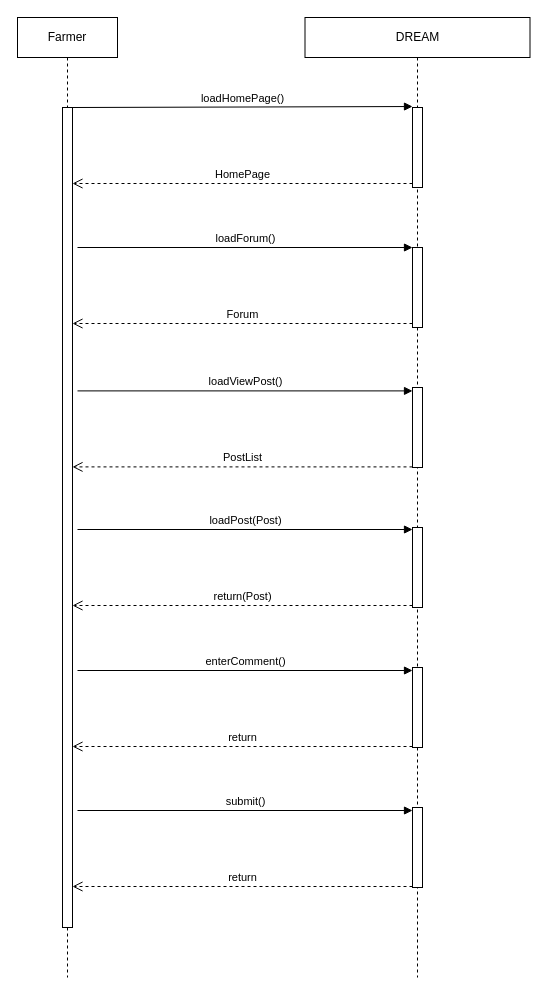
This is page "FarmerLeaveComment" (10 of 12) of RASD/diagrams/Sequence Diagram.drawio from ictar/DREAM-SE2-Project-2022, a draw.io file, before an edit. Source tidied: cells renumbered, new cells numbered last; positions are measured from the earlier drawing's top-left corner, leaving out a move shared by most shapes. Both pictures are drawn from the tidied source at 100%, with x=0, y=0 at pixel (17, 17).
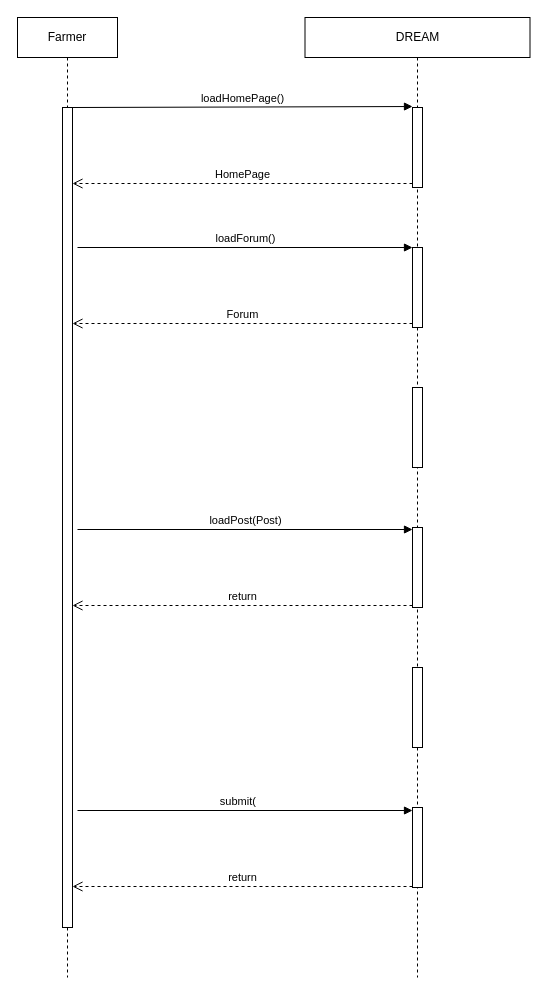
The same page after the edit.

What changed in the source:
```diff
@@
-    <mxCell id="9" value="PostList" style="html=1;verticalAlign=bottom;endArrow=open;dashed=1;endSize=8;exitX=0;exitY=0.95;rounded=0;" parent="1" edge="1">
-      <mxGeometry relative="1" as="geometry">
-        <mxPoint x="395" y="449.4" as="sourcePoint" />
-        <mxPoint x="55" y="449.4" as="targetPoint" />
-      </mxGeometry>
-    </mxCell>
-    <mxCell id="10" value="loadViewPost()" style="html=1;verticalAlign=bottom;endArrow=block;entryX=0;entryY=0;rounded=0;" parent="1" edge="1">
-      <mxGeometry relative="1" as="geometry">
-        <mxPoint x="60" y="373.4" as="sourcePoint" />
-        <mxPoint x="395" y="373.4" as="targetPoint" />
-      </mxGeometry>
-    </mxCell>
-    <mxCell id="11" value="return(Post)" style="html=1;verticalAlign=bottom;endArrow=open;dashed=1;endSize=8;exitX=0;exitY=0.95;rounded=0;" parent="1" edge="1">
+    <mxCell id="11" value="return" style="html=1;verticalAlign=bottom;endArrow=open;dashed=1;endSize=8;exitX=0;exitY=0.95;rounded=0;" parent="1" edge="1">
       <mxGeometry relative="1" as="geometry">
         <mxPoint x="395" y="588" as="sourcePoint" />
         <mxPoint x="55" y="588" as="targetPoint" />
       </mxGeometry>
     </mxCell>
@@
-    <mxCell id="13" value="return" style="html=1;verticalAlign=bottom;endArrow=open;dashed=1;endSize=8;exitX=0;exitY=0.95;rounded=0;" parent="1" edge="1">
-      <mxGeometry relative="1" as="geometry">
-        <mxPoint x="395" y="729" as="sourcePoint" />
-        <mxPoint x="55" y="729" as="targetPoint" />
-      </mxGeometry>
-    </mxCell>
-    <mxCell id="14" value="enterComment()" style="html=1;verticalAlign=bottom;endArrow=block;entryX=0;entryY=0;rounded=0;" parent="1" edge="1">
-      <mxGeometry relative="1" as="geometry">
-        <mxPoint x="60" y="653" as="sourcePoint" />
-        <mxPoint x="395" y="653" as="targetPoint" />
-      </mxGeometry>
-    </mxCell>
@@
-    <mxCell id="16" value="submit()" style="html=1;verticalAlign=bottom;endArrow=block;entryX=0;entryY=0;rounded=0;" parent="1" edge="1">
+    <mxCell id="16" value="submit(&amp;nbsp; &amp;nbsp; &amp;nbsp;" style="html=1;verticalAlign=bottom;endArrow=block;entryX=0;entryY=0;rounded=0;" parent="1" edge="1">
       <mxGeometry relative="1" as="geometry">
         <mxPoint x="60" y="793" as="sourcePoint" />
         <mxPoint x="395" y="793" as="targetPoint" />
       </mxGeometry>
     </mxCell>
```
